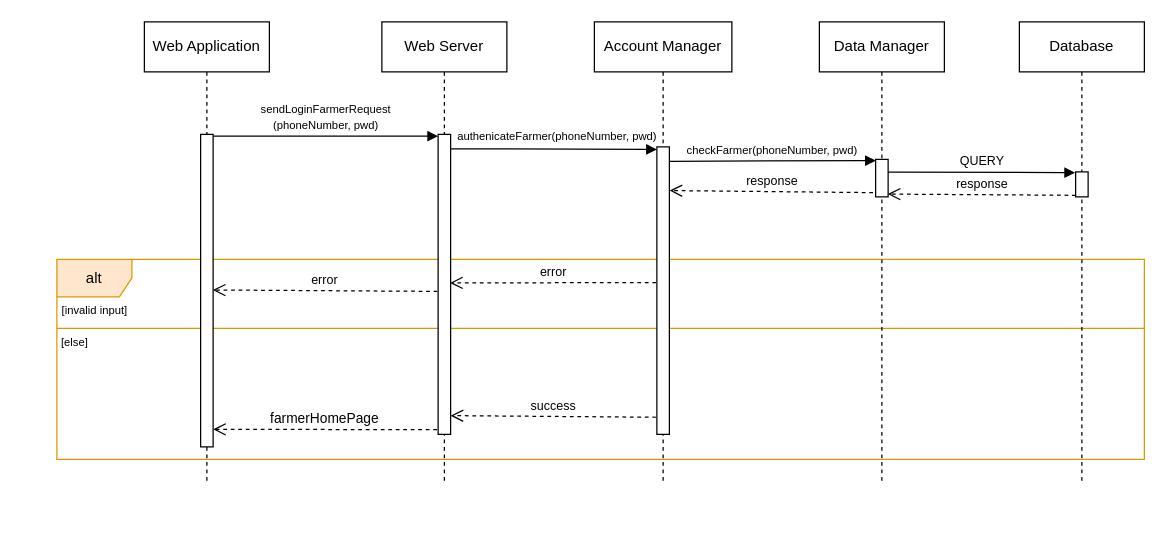
Before: page "FM-Login-UC7" (2 of 14) of DD/UML/Runtime.drawio in ictar/DREAM-SE2-Project-2022, a draw.io diagram. Source tidied: cells renumbered, new cells numbered last; positions are measured from the earlier drawing's top-left corner, leaving out a move shared by most shapes. Both pictures are drawn from the tidied source at 125%, with x=0, y=0 at pixel (21, 21).
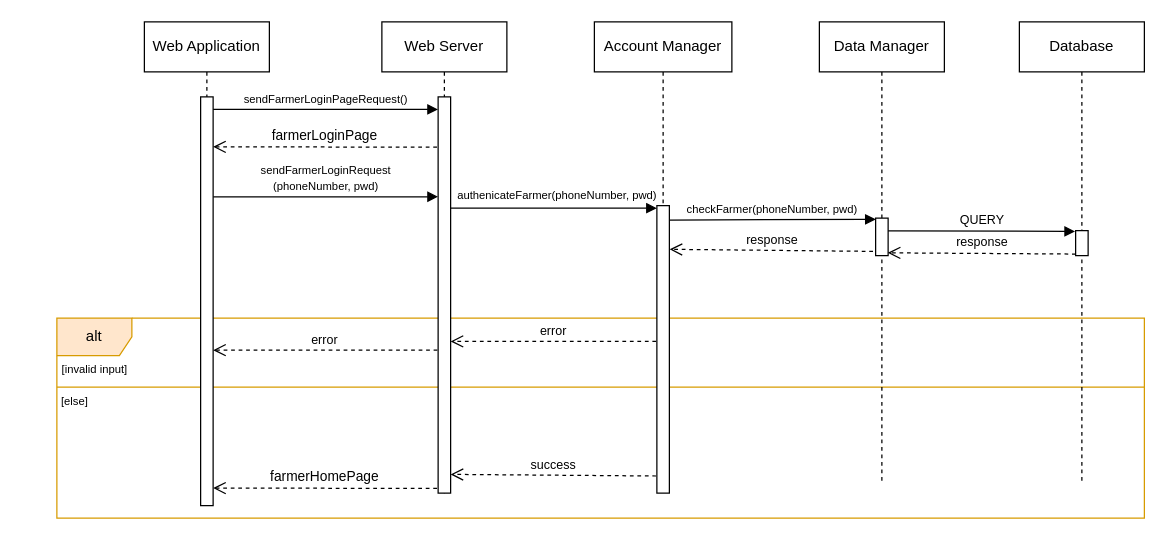
The same diagram, later.

Unchanged cells that the change refers to:
```xml
<mxCell id="11" value="Account Manager" style="shape=umlLifeline;perimeter=lifelinePerimeter;whiteSpace=wrap;html=1;" parent="1" vertex="1">
  <mxGeometry x="458" width="110" height="370" as="geometry" />
</mxCell>
<mxCell id="13" value="Data Manager" style="shape=umlLifeline;perimeter=lifelinePerimeter;whiteSpace=wrap;html=1;" parent="1" vertex="1">
  <mxGeometry x="638" width="100" height="370" as="geometry" />
</mxCell>
<mxCell id="15" value="Database" style="shape=umlLifeline;perimeter=lifelinePerimeter;whiteSpace=wrap;html=1;" parent="1" vertex="1">
  <mxGeometry x="798" width="100" height="370" as="geometry" />
</mxCell>
```

Change to the diagram source:
```diff
@@
     <mxCell id="3" value="alt" style="shape=umlFrame;whiteSpace=wrap;html=1;fillColor=#ffe6cc;strokeColor=#d79b00;" parent="1" vertex="1">
-      <mxGeometry x="28" y="190" width="870" height="160" as="geometry" />
+      <mxGeometry x="28" y="237" width="870" height="160" as="geometry" />
     </mxCell>
@@
     <mxCell id="5" value="Web Server" style="shape=umlLifeline;perimeter=lifelinePerimeter;whiteSpace=wrap;html=1;" parent="1" vertex="1">
-      <mxGeometry x="288" width="100" height="370" as="geometry" />
+      <mxGeometry x="288" width="100" height="377" as="geometry" />
     </mxCell>
     <mxCell id="6" style="html=1;points=[];perimeter=orthogonalPerimeter;" parent="5" vertex="1">
-      <mxGeometry x="45" y="90" width="10" height="240" as="geometry" />
+      <mxGeometry x="45" y="60" width="10" height="317" as="geometry" />
     </mxCell>
-    <mxCell id="7" value="&lt;font style=&quot;font-size: 9px&quot;&gt;sendLoginFarmerRequest&lt;br&gt;(phoneNumber, pwd)&lt;/font&gt;" style="html=1;verticalAlign=bottom;endArrow=block;rounded=0;entryX=-0.005;entryY=0.006;entryDx=0;entryDy=0;entryPerimeter=0;" parent="1" edge="1" source="9" target="6">
-      <mxGeometry relative="1" as="geometry" />
+    <mxCell id="7" value="&lt;font style=&quot;font-size: 9px&quot;&gt;sendFarmerLoginRequest&lt;br&gt;(phoneNumber, pwd)&lt;/font&gt;" style="html=1;verticalAlign=bottom;endArrow=block;rounded=0;entryX=-0.005;entryY=0.006;entryDx=0;entryDy=0;entryPerimeter=0;" parent="1" edge="1">
+      <mxGeometry relative="1" as="geometry">
+        <mxPoint x="153" y="139.9" as="sourcePoint" />
+        <mxPoint x="332.9" y="139.9" as="targetPoint" />
+      </mxGeometry>
     </mxCell>
     <mxCell id="8" value="farmerHomePage" style="html=1;verticalAlign=bottom;endArrow=open;dashed=1;endSize=8;exitX=-0.09;exitY=0.822;rounded=0;exitDx=0;exitDy=0;exitPerimeter=0;" parent="1" edge="1">
       <mxGeometry relative="1" as="geometry">
-        <mxPoint x="332.1" y="326.2" as="sourcePoint" />
-        <mxPoint x="153" y="326" as="targetPoint" />
+        <mxPoint x="332.1" y="373.2" as="sourcePoint" />
+        <mxPoint x="153" y="373" as="targetPoint" />
       </mxGeometry>
     </mxCell>
     <mxCell id="9" style="html=1;points=[];perimeter=orthogonalPerimeter;" parent="1" vertex="1">
-      <mxGeometry x="143" y="90" width="10" height="250" as="geometry" />
+      <mxGeometry x="143" y="60" width="10" height="327" as="geometry" />
     </mxCell>
     <mxCell id="10" value="&lt;font style=&quot;font-size: 9px&quot;&gt;[invalid input]&lt;/font&gt;" style="text;html=1;strokeColor=none;fillColor=none;align=center;verticalAlign=middle;whiteSpace=wrap;rounded=0;" parent="1" vertex="1">
-      <mxGeometry x="16" y="215" width="85" height="30" as="geometry" />
+      <mxGeometry x="16" y="262" width="85" height="30" as="geometry" />
     </mxCell>
@@
     <mxCell id="12" style="html=1;points=[];perimeter=orthogonalPerimeter;" parent="11" vertex="1">
-      <mxGeometry x="50" y="100" width="10" height="230" as="geometry" />
+      <mxGeometry x="50" y="147" width="10" height="230" as="geometry" />
     </mxCell>
@@
     <mxCell id="14" style="html=1;points=[];perimeter=orthogonalPerimeter;" parent="13" vertex="1">
-      <mxGeometry x="45" y="110" width="10" height="30" as="geometry" />
+      <mxGeometry x="45" y="157" width="10" height="30" as="geometry" />
     </mxCell>
@@
     <mxCell id="16" style="html=1;points=[];perimeter=orthogonalPerimeter;" parent="15" vertex="1">
-      <mxGeometry x="45" y="120" width="10" height="20" as="geometry" />
+      <mxGeometry x="45" y="167" width="10" height="20" as="geometry" />
     </mxCell>
-    <mxCell id="17" value="&lt;font style=&quot;font-size: 9px&quot;&gt;&lt;font style=&quot;font-size: 9px&quot;&gt;authenicateFarmer(phoneNumber, pwd&lt;/font&gt;&lt;font style=&quot;font-size: 9px&quot;&gt;)&lt;/font&gt;&lt;/font&gt;" style="html=1;verticalAlign=bottom;endArrow=block;rounded=0;exitX=0.965;exitY=0.048;exitDx=0;exitDy=0;exitPerimeter=0;" parent="1" edge="1" source="6">
+    <mxCell id="17" value="&lt;font style=&quot;font-size: 9px&quot;&gt;&lt;font style=&quot;font-size: 9px&quot;&gt;authenicateFarmer(phoneNumber, pwd&lt;/font&gt;&lt;font style=&quot;font-size: 9px&quot;&gt;)&lt;/font&gt;&lt;/font&gt;" style="html=1;verticalAlign=bottom;endArrow=block;rounded=0;" parent="1" edge="1" source="6">
       <mxGeometry x="0.03" y="2" relative="1" as="geometry">
-        <mxPoint x="508" y="102" as="targetPoint" />
+        <mxPoint x="508" y="149" as="targetPoint" />
       </mxGeometry>
     </mxCell>
@@
-    <mxCell id="21" value="&lt;font style=&quot;font-size: 10px&quot;&gt;error&lt;/font&gt;" style="html=1;verticalAlign=bottom;endArrow=open;dashed=1;endSize=8;rounded=0;exitX=-0.067;exitY=0.831;exitDx=0;exitDy=0;exitPerimeter=0;entryX=0.953;entryY=0.495;entryDx=0;entryDy=0;entryPerimeter=0;" parent="1" edge="1" target="6">
+    <mxCell id="21" value="&lt;font style=&quot;font-size: 10px&quot;&gt;error&lt;/font&gt;" style="html=1;verticalAlign=bottom;endArrow=open;dashed=1;endSize=8;rounded=0;exitX=-0.067;exitY=0.831;exitDx=0;exitDy=0;exitPerimeter=0;" parent="1" edge="1" target="6">
       <mxGeometry relative="1" as="geometry">
-        <mxPoint x="507.4" y="208.6" as="sourcePoint" />
+        <mxPoint x="507.4" y="255.6" as="sourcePoint" />
       </mxGeometry>
     </mxCell>
-    <mxCell id="22" value="&lt;font style=&quot;font-size: 10px&quot;&gt;error&lt;/font&gt;" style="html=1;verticalAlign=bottom;endArrow=open;dashed=1;endSize=8;rounded=0;exitX=-0.067;exitY=0.831;exitDx=0;exitDy=0;exitPerimeter=0;entryX=0.976;entryY=0.498;entryDx=0;entryDy=0;entryPerimeter=0;" parent="1" edge="1" target="9">
+    <mxCell id="22" value="&lt;font style=&quot;font-size: 10px&quot;&gt;error&lt;/font&gt;" style="html=1;verticalAlign=bottom;endArrow=open;dashed=1;endSize=8;rounded=0;exitX=-0.067;exitY=0.831;exitDx=0;exitDy=0;exitPerimeter=0;" parent="1" edge="1" target="9">
       <mxGeometry relative="1" as="geometry">
-        <mxPoint x="332.4" y="215.6" as="sourcePoint" />
+        <mxPoint x="332.4" y="262.6" as="sourcePoint" />
       </mxGeometry>
     </mxCell>
     <mxCell id="23" value="&lt;font style=&quot;font-size: 10px&quot;&gt;success&lt;/font&gt;" style="html=1;verticalAlign=bottom;endArrow=open;dashed=1;endSize=8;rounded=0;exitX=-0.067;exitY=0.831;exitDx=0;exitDy=0;exitPerimeter=0;entryX=0.992;entryY=0.251;entryDx=0;entryDy=0;entryPerimeter=0;" parent="1" edge="1">
       <mxGeometry relative="1" as="geometry">
-        <mxPoint x="507.4" y="316.3" as="sourcePoint" />
-        <mxPoint x="343" y="315" as="targetPoint" />
+        <mxPoint x="507.4" y="363.3" as="sourcePoint" />
+        <mxPoint x="343" y="362" as="targetPoint" />
       </mxGeometry>
     </mxCell>
     <mxCell id="24" value="&lt;font style=&quot;font-size: 9px&quot;&gt;[else]&lt;/font&gt;" style="text;html=1;strokeColor=none;fillColor=none;align=center;verticalAlign=middle;whiteSpace=wrap;rounded=0;" parent="1" vertex="1">
-      <mxGeometry y="241" width="85" height="30" as="geometry" />
+      <mxGeometry y="288" width="85" height="30" as="geometry" />
     </mxCell>
@@
+    <mxCell id="26" value="&lt;font style=&quot;font-size: 9px&quot;&gt;sendFarmerLoginPageRequest()&lt;/font&gt;" style="html=1;verticalAlign=bottom;endArrow=block;rounded=0;entryX=-0.005;entryY=0.006;entryDx=0;entryDy=0;entryPerimeter=0;" parent="1" edge="1">
+      <mxGeometry relative="1" as="geometry">
+        <mxPoint x="153" y="70" as="sourcePoint" />
+        <mxPoint x="332.9" y="70" as="targetPoint" />
+      </mxGeometry>
+    </mxCell>
+    <mxCell id="27" value="farmerLoginPage" style="html=1;verticalAlign=bottom;endArrow=open;dashed=1;endSize=8;exitX=-0.09;exitY=0.822;rounded=0;exitDx=0;exitDy=0;exitPerimeter=0;" parent="1" edge="1">
+      <mxGeometry relative="1" as="geometry">
+        <mxPoint x="332.1" y="100.2" as="sourcePoint" />
+        <mxPoint x="153" y="100" as="targetPoint" />
+      </mxGeometry>
+    </mxCell>
```
